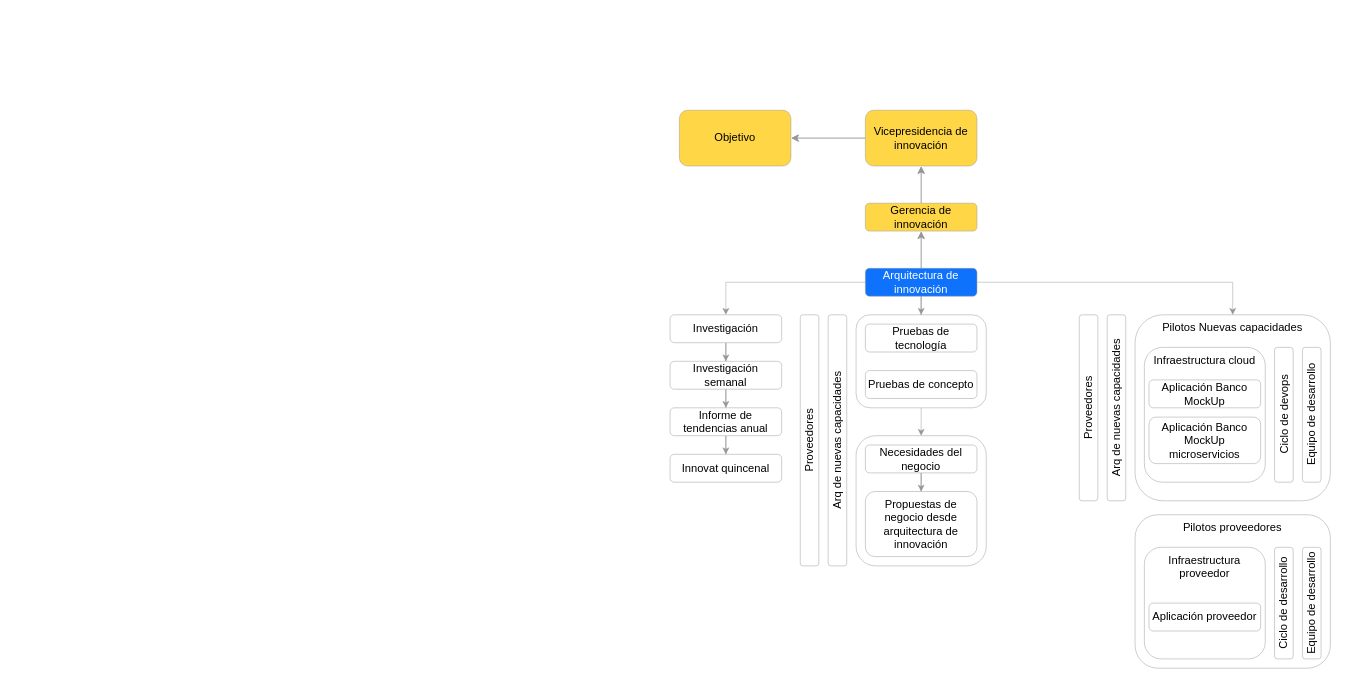
Before: page "Objetivo" (1 of 8) of Arquitectura de nuevas capacidades.drawio in santiagovb/Diagramas, a draw.io diagram. Source tidied: cells renumbered, new cells numbered last; positions are measured from the earlier drawing's top-left corner, leaving out a move shared by most shapes. Both pictures are drawn from the tidied source at 93%, with x=0, y=0 at pixel (670, 110).
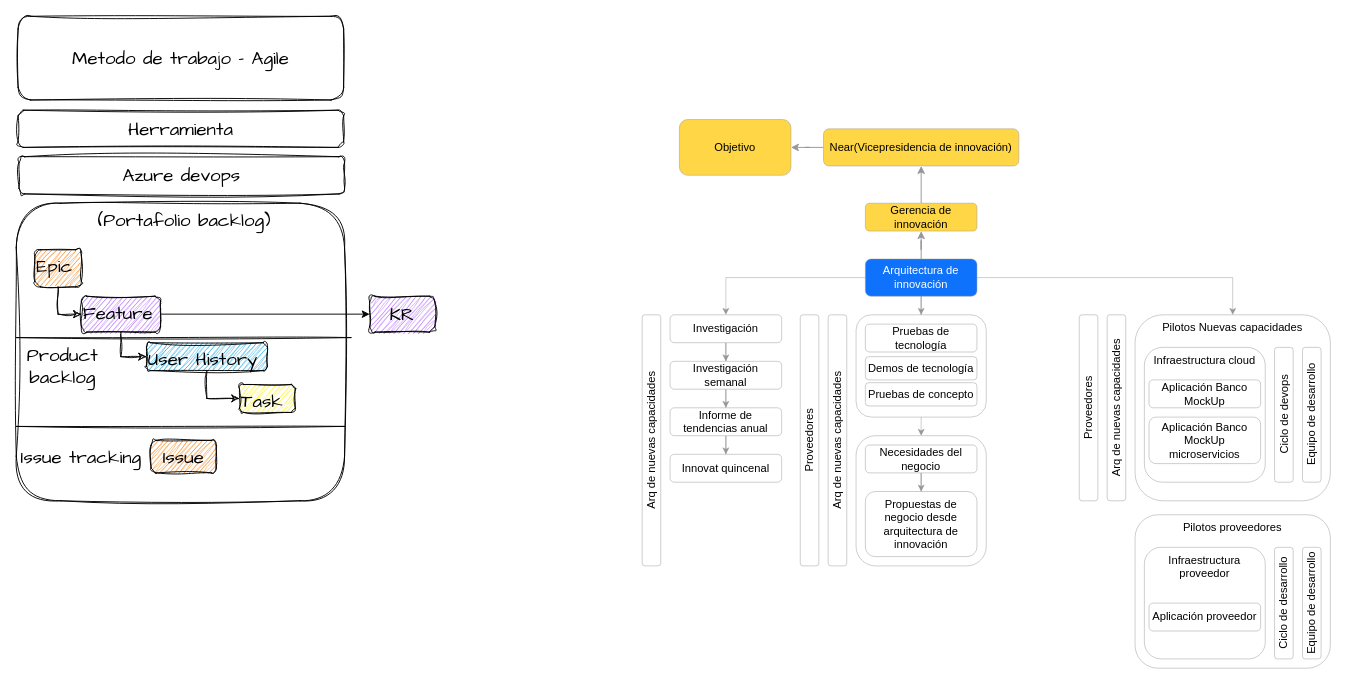
The same diagram, later.

Diff of the diagram source:
```diff
@@
     <mxCell id="6" style="rounded=1;whiteSpace=wrap;html=1;strokeColor=#969696;strokeWidth=0.5;" parent="1" vertex="1">
-      <mxGeometry x="200" y="220" width="140" height="100" as="geometry" />
+      <mxGeometry x="200" y="220" width="140" height="110" as="geometry" />
     </mxCell>
@@
-    <mxCell id="8" value="Vicepresidencia de innovación" style="rounded=1;whiteSpace=wrap;html=1;fillColor=#FFD646;strokeColor=#969696;strokeWidth=0.5;" parent="1" vertex="1">
-      <mxGeometry x="210" width="120" height="60" as="geometry" />
+    <mxCell id="8" value="Near(Vicepresidencia de innovación)" style="rounded=1;whiteSpace=wrap;html=1;fillColor=#FFD646;strokeColor=#969696;strokeWidth=0.5;" parent="1" vertex="1">
+      <mxGeometry x="165" y="20" width="210" height="40" as="geometry" />
     </mxCell>
     <mxCell id="9" value="Objetivo" style="whiteSpace=wrap;html=1;rounded=1;fillColor=#FFD646;strokeColor=#969696;strokeWidth=0.5;" parent="1" vertex="1">
-      <mxGeometry x="10" width="120" height="60" as="geometry" />
+      <mxGeometry x="10" y="10" width="120" height="60" as="geometry" />
     </mxCell>
@@
     <mxCell id="16" value="Arquitectura de innovación" style="whiteSpace=wrap;html=1;rounded=1;fillColor=#0E72FD;fontColor=#FFFFFF;strokeColor=#969696;strokeWidth=0.5;" parent="1" vertex="1">
-      <mxGeometry x="210" y="170" width="120" height="30" as="geometry" />
+      <mxGeometry x="210" y="160" width="120" height="40" as="geometry" />
     </mxCell>
@@
     <mxCell id="19" value="Pruebas de concepto" style="whiteSpace=wrap;html=1;rounded=1;strokeColor=#969696;strokeWidth=0.5;" parent="1" vertex="1">
-      <mxGeometry x="210" y="280" width="120" height="30" as="geometry" />
+      <mxGeometry x="210" y="293" width="120" height="25" as="geometry" />
     </mxCell>
@@
+    <mxCell id="42" value="Demos de tecnología" style="whiteSpace=wrap;html=1;rounded=1;strokeColor=#969696;strokeWidth=0.5;" parent="1" vertex="1">
+      <mxGeometry x="210" y="265" width="120" height="25" as="geometry" />
+    </mxCell>
+    <mxCell id="43" value="Azure devops" style="rounded=1;whiteSpace=wrap;html=1;sketch=1;hachureGap=4;jiggle=2;curveFitting=1;fontFamily=Architects Daughter;fontSize=20;" parent="1" vertex="1">
+      <mxGeometry x="-700" y="50" width="350" height="40" as="geometry" />
+    </mxCell>
+    <mxCell id="44" value="(Portafolio backlog)" style="rounded=1;whiteSpace=wrap;html=1;sketch=1;hachureGap=4;jiggle=2;curveFitting=1;fontFamily=Architects Daughter;fontSize=20;align=center;verticalAlign=top;spacingLeft=9;" parent="1" vertex="1">
+      <mxGeometry x="-703" y="100" width="353" height="320" as="geometry" />
+    </mxCell>
+    <mxCell id="45" style="edgeStyle=orthogonalEdgeStyle;rounded=0;sketch=1;hachureGap=4;jiggle=2;curveFitting=1;jettySize=auto;html=1;entryX=0;entryY=0.5;entryDx=0;entryDy=0;fontFamily=Architects Daughter;fontSize=16;" parent="1" edge="1" source="46" target="49">
+      <mxGeometry relative="1" as="geometry" />
+    </mxCell>
+    <mxCell id="46" value="Epic" style="rounded=1;whiteSpace=wrap;html=1;sketch=1;hachureGap=4;jiggle=2;curveFitting=1;fontFamily=Architects Daughter;fontSize=20;align=left;verticalAlign=top;fillColor=#ff7b01;" parent="1" vertex="1">
+      <mxGeometry x="-683" y="150" width="50" height="40" as="geometry" />
+    </mxCell>
+    <mxCell id="47" style="edgeStyle=orthogonalEdgeStyle;rounded=0;sketch=1;hachureGap=4;jiggle=2;curveFitting=1;jettySize=auto;html=1;entryX=0;entryY=0.5;entryDx=0;entryDy=0;fontFamily=Architects Daughter;fontSize=16;" parent="1" edge="1" source="49" target="51">
+      <mxGeometry relative="1" as="geometry" />
+    </mxCell>
+    <mxCell id="48" style="edgeStyle=orthogonalEdgeStyle;rounded=0;jettySize=auto;html=1;entryX=0;entryY=0.5;entryDx=0;entryDy=0;" parent="1" edge="1" source="49" target="58">
+      <mxGeometry relative="1" as="geometry" />
+    </mxCell>
+    <mxCell id="49" value="Feature" style="rounded=1;whiteSpace=wrap;html=1;sketch=1;hachureGap=4;jiggle=2;curveFitting=1;fontFamily=Architects Daughter;fontSize=20;align=left;verticalAlign=top;fillColor=#b062ff;" parent="1" vertex="1">
+      <mxGeometry x="-633" y="200" width="85" height="38.6" as="geometry" />
+    </mxCell>
+    <mxCell id="50" style="edgeStyle=orthogonalEdgeStyle;rounded=0;sketch=1;hachureGap=4;jiggle=2;curveFitting=1;jettySize=auto;html=1;entryX=0;entryY=0.5;entryDx=0;entryDy=0;fontFamily=Architects Daughter;fontSize=16;" parent="1" edge="1" source="51" target="52">
+      <mxGeometry relative="1" as="geometry" />
+    </mxCell>
+    <mxCell id="51" value="User History" style="rounded=1;whiteSpace=wrap;html=1;sketch=1;hachureGap=4;jiggle=2;curveFitting=1;fontFamily=Architects Daughter;fontSize=20;align=left;verticalAlign=top;fillColor=#08a2e8;" parent="1" vertex="1">
+      <mxGeometry x="-563" y="250" width="130" height="30" as="geometry" />
+    </mxCell>
+    <mxCell id="52" value="Task" style="rounded=1;whiteSpace=wrap;html=1;sketch=1;hachureGap=4;jiggle=2;curveFitting=1;fontFamily=Architects Daughter;fontSize=20;align=left;verticalAlign=top;fillColor=#fff203;" parent="1" vertex="1">
+      <mxGeometry x="-463" y="295" width="60" height="30" as="geometry" />
+    </mxCell>
+    <mxCell id="53" style="endArrow=none;html=1;rounded=0;sketch=1;hachureGap=4;jiggle=2;curveFitting=1;fontFamily=Architects Daughter;fontSize=16;exitX=1;exitY=0.75;exitDx=0;exitDy=0;" parent="1" edge="1" source="44">
+      <mxGeometry relative="1" as="geometry">
+        <mxPoint x="-703" y="340" as="targetPoint" />
+      </mxGeometry>
+    </mxCell>
+    <mxCell id="54" value="Issue" style="rounded=1;whiteSpace=wrap;html=1;sketch=1;hachureGap=4;jiggle=2;curveFitting=1;fontFamily=Architects Daughter;fontSize=20;fillColor=#ff7b01;" parent="1" vertex="1">
+      <mxGeometry x="-558" y="355" width="70" height="35" as="geometry" />
+    </mxCell>
+    <mxCell id="55" value="Product backlog" style="text;html=1;strokeColor=none;fillColor=none;align=center;verticalAlign=middle;whiteSpace=wrap;rounded=0;sketch=1;hachureGap=4;jiggle=2;curveFitting=1;fontFamily=Architects Daughter;fontSize=20;" parent="1" vertex="1">
+      <mxGeometry x="-693" y="250" width="80" height="50" as="geometry" />
+    </mxCell>
+    <mxCell id="56" style="endArrow=none;html=1;rounded=0;sketch=1;hachureGap=4;jiggle=2;curveFitting=1;fontFamily=Architects Daughter;fontSize=16;exitX=1;exitY=0.75;exitDx=0;exitDy=0;" parent="1" edge="1">
+      <mxGeometry relative="1" as="geometry">
+        <mxPoint x="-343" y="244.5" as="sourcePoint" />
+        <mxPoint x="-703" y="244.5" as="targetPoint" />
+      </mxGeometry>
+    </mxCell>
+    <mxCell id="57" value="Issue tracking" style="text;html=1;strokeColor=none;fillColor=none;align=center;verticalAlign=middle;whiteSpace=wrap;rounded=0;sketch=1;hachureGap=4;jiggle=2;curveFitting=1;fontFamily=Architects Daughter;fontSize=20;" parent="1" vertex="1">
+      <mxGeometry x="-703" y="347.5" width="140" height="50" as="geometry" />
+    </mxCell>
+    <mxCell id="58" value="KR" style="rounded=1;whiteSpace=wrap;html=1;fontSize=20;fontFamily=Architects Daughter;align=center;verticalAlign=middle;fillColor=#b062ff;sketch=1;hachureGap=4;jiggle=2;curveFitting=1;" parent="1" vertex="1">
+      <mxGeometry x="-323" y="200" width="70" height="38.6" as="geometry" />
+    </mxCell>
+    <mxCell id="59" value="Metodo de trabajo - Agile" style="rounded=1;whiteSpace=wrap;html=1;sketch=1;hachureGap=4;jiggle=2;curveFitting=1;fontFamily=Architects Daughter;fontSize=20;" parent="1" vertex="1">
+      <mxGeometry x="-701" y="-101" width="350" height="90" as="geometry" />
+    </mxCell>
+    <mxCell id="60" value="Herramienta" style="rounded=1;whiteSpace=wrap;html=1;sketch=1;hachureGap=4;jiggle=2;curveFitting=1;fontFamily=Architects Daughter;fontSize=20;" parent="1" vertex="1">
+      <mxGeometry x="-701" width="350" height="40" as="geometry" />
+    </mxCell>
+    <mxCell id="61" value="Arq de nuevas capacidades" style="rounded=1;whiteSpace=wrap;html=1;verticalAlign=middle;horizontal=0;strokeColor=#969696;strokeWidth=0.5;" parent="1" vertex="1">
+      <mxGeometry x="-30" y="220" width="20" height="270" as="geometry" />
+    </mxCell>
```
